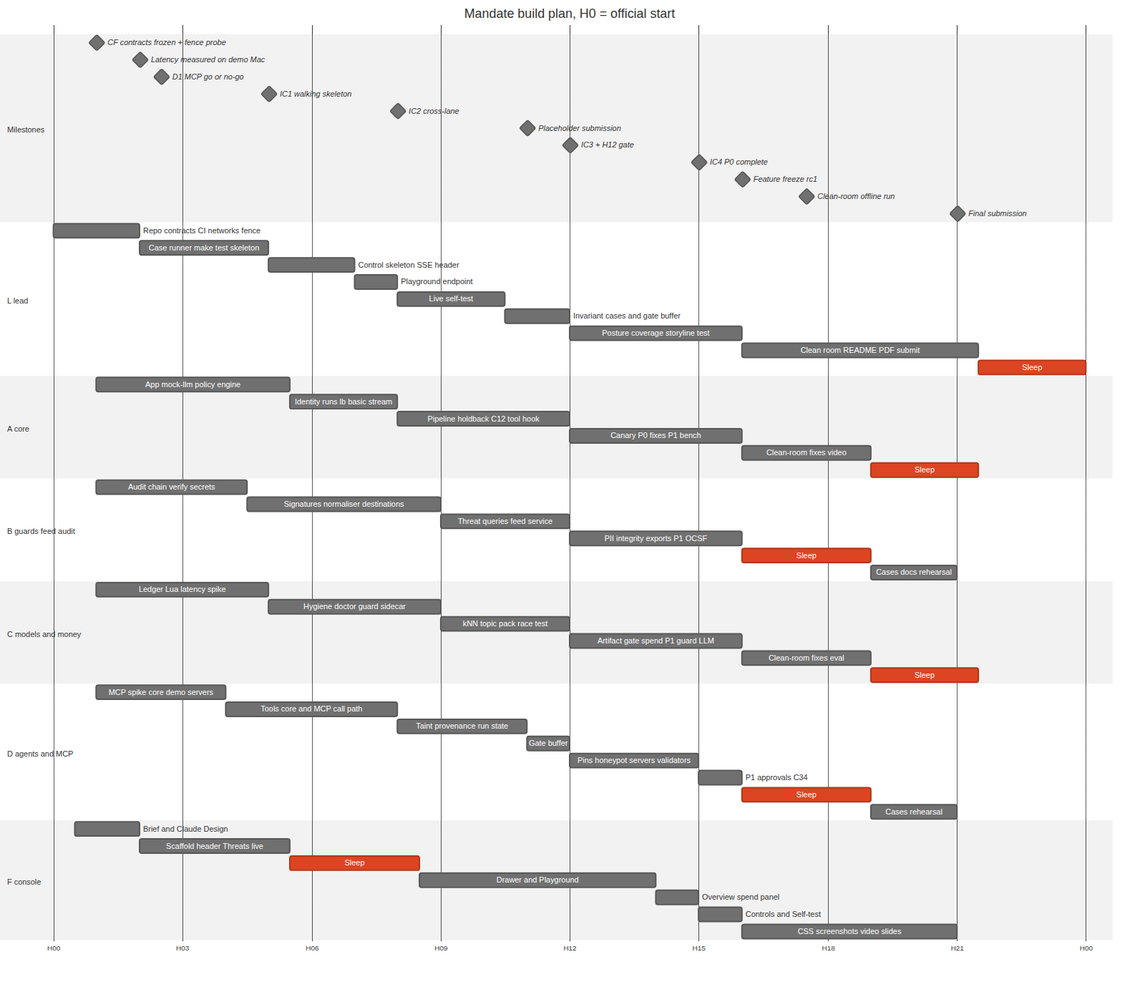
damianlech/HackYeah26 keeps this Mermaid diagram as diagrams/png/timeline-gantt.png. Above is the earlier version. Its source is kept beside it as diagrams/src/timeline-gantt.mmd.
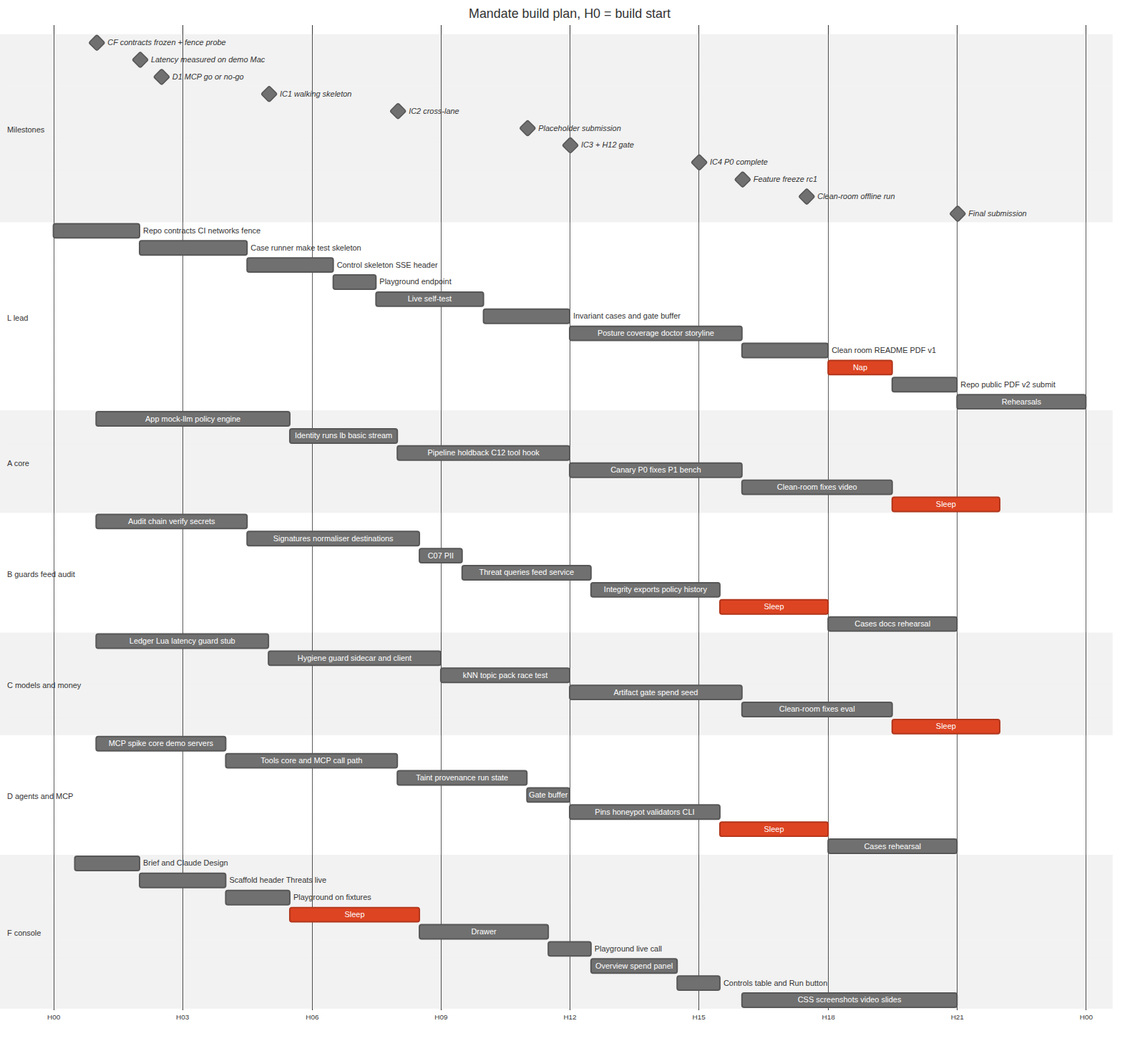
Later version of the same file.

Commit message:
Re-render v1.1 diagrams; README and briefing: prototypes, P0-lite plan, widened never-cut list, beat 8-lite

Change to the diagram source:
```diff
@@ -1,5 +1,5 @@
 gantt
-  title Mandate build plan, H0 = official start
+  title Mandate build plan, H0 = build start
   dateFormat HH:mm
   axisFormat H%H
   todayMarker off
@@ -17,49 +17,53 @@
   Final submission                    :milestone, m10, 21:00, 2m
   section L lead
   Repo contracts CI networks fence    :l1, 00:00, 120m
-  Case runner make test skeleton      :l2, 02:00, 180m
-  Control skeleton SSE header         :l3, 05:00, 120m
-  Playground endpoint                 :l7, 07:00, 60m
-  Live self-test                      :l5, 08:00, 150m
-  Invariant cases and gate buffer     :l4, 10:30, 90m
-  Posture coverage storyline test     :l6, 12:00, 240m
-  Clean room README PDF submit        :l9, 16:00, 330m
-  Sleep                               :crit, ls, 21:30, 150m
+  Case runner make test skeleton      :l2, 02:00, 150m
+  Control skeleton SSE header         :l3, 04:30, 120m
+  Playground endpoint                 :l7, 06:30, 60m
+  Live self-test                      :l5, 07:30, 150m
+  Invariant cases and gate buffer     :l4, 10:00, 120m
+  Posture coverage doctor storyline   :l6, 12:00, 240m
+  Clean room README PDF v1            :l9, 16:00, 120m
+  Nap                                 :crit, ls, 18:00, 90m
+  Repo public PDF v2 submit           :l10, 19:30, 90m
+  Rehearsals                          :l11, 21:00, 180m
   section A core
   App mock-llm policy engine          :a1, 01:00, 270m
   Identity runs lb basic stream       :a3, 05:30, 150m
   Pipeline holdback C12 tool hook     :a5, 08:00, 240m
   Canary P0 fixes P1 bench            :a7, 12:00, 240m
-  Clean-room fixes video              :a8, 16:00, 180m
-  Sleep                               :crit, as, 19:00, 150m
+  Clean-room fixes video              :a8, 16:00, 210m
+  Sleep                               :crit, as, 19:30, 150m
   section B guards feed audit
   Audit chain verify secrets          :b1, 01:00, 210m
-  Signatures normaliser destinations  :b3, 04:30, 270m
-  Threat queries feed service         :b5, 09:00, 180m
-  PII integrity exports P1 OCSF       :b6, 12:00, 240m
-  Sleep                               :crit, bs, 16:00, 180m
-  Cases docs rehearsal                :b8, 19:00, 120m
+  Signatures normaliser destinations  :b3, 04:30, 240m
+  C07 PII                             :b6, 08:30, 60m
+  Threat queries feed service         :b5, 09:30, 180m
+  Integrity exports policy history    :b7, 12:30, 180m
+  Sleep                               :crit, bs, 15:30, 150m
+  Cases docs rehearsal                :b8, 18:00, 180m
   section C models and money
-  Ledger Lua latency spike            :c1, 01:00, 240m
-  Hygiene doctor guard sidecar        :c2, 05:00, 240m
+  Ledger Lua latency guard stub       :c1, 01:00, 240m
+  Hygiene guard sidecar and client    :c2, 05:00, 240m
   kNN topic pack race test            :c4, 09:00, 180m
-  Artifact gate spend P1 guard LLM    :c5, 12:00, 240m
-  Clean-room fixes eval               :c7, 16:00, 180m
-  Sleep                               :crit, cs, 19:00, 150m
+  Artifact gate spend seed            :c5, 12:00, 240m
+  Clean-room fixes eval               :c7, 16:00, 210m
+  Sleep                               :crit, cs, 19:30, 150m
   section D agents and MCP
   MCP spike core demo servers         :d1, 01:00, 180m
   Tools core and MCP call path        :d3, 04:00, 240m
   Taint provenance run state          :d4, 08:00, 180m
   Gate buffer                         :d9, 11:00, 60m
-  Pins honeypot servers validators    :d5, 12:00, 180m
-  P1 approvals C34                    :d6, 15:00, 60m
-  Sleep                               :crit, ds, 16:00, 180m
-  Cases rehearsal                     :d8, 19:00, 120m
+  Pins honeypot validators CLI        :d5, 12:00, 210m
+  Sleep                               :crit, ds, 15:30, 150m
+  Cases rehearsal                     :d8, 18:00, 180m
   section F console
   Brief and Claude Design             :f1, 00:30, 90m
-  Scaffold header Threats live        :f2, 02:00, 210m
+  Scaffold header Threats live        :f2, 02:00, 120m
+  Playground on fixtures              :f5, 04:00, 90m
   Sleep                               :crit, fs, 05:30, 180m
-  Drawer and Playground               :f3, 08:30, 330m
-  Overview spend panel                :f6, 14:00, 60m
-  Controls and Self-test              :f7, 15:00, 60m
+  Drawer                              :f3, 08:30, 180m
+  Playground live call                :f5b, 11:30, 60m
+  Overview spend panel                :f6, 12:30, 120m
+  Controls table and Run button       :f7, 14:30, 60m
   CSS screenshots video slides        :f8, 16:00, 300m
```
